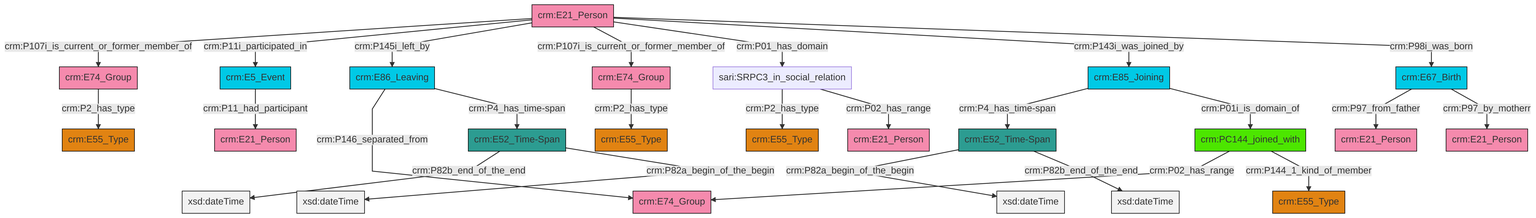
Above: et/personCSV/ttl/mmd/png/Person_Actor_Relations.png in swiss-art-research-net/docs.swissartresearch (Mermaid), before the change. Its source is kept beside it as et/personCSV/ttl/mmd/Person_Actor_Relations.ttl.mmd.
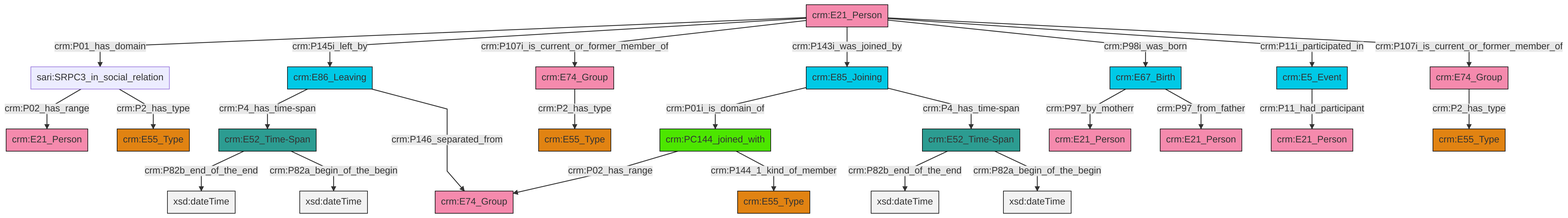
After the change.

Diff of the diagram source:
```diff
@@ -13,27 +13,27 @@
 classDef PC_Classes fill:#4ce600, stroke:#000000;
 classDef Multi fill:#cccccc,stroke:#000000;
 
-2["crm:E85_Joining"]:::Temporal_Entity -->|crm:P4_has_time-span| 3["crm:E52_Time-Span"]:::Time-Span
-4["crm:E67_Birth"]:::Temporal_Entity -->|crm:P97_from_father| 5["crm:E21_Person"]:::Actor
-6["crm:E74_Group"]:::Actor -->|crm:P2_has_type| 7["crm:E55_Type"]:::Type
-8["crm:E21_Person"]:::Actor -->|crm:P107i_is_current_or_former_member_of| 9["crm:E74_Group"]:::Actor
-13["crm:E52_Time-Span"]:::Time-Span -->|crm:P82b_end_of_the_end| 14[xsd:dateTime]:::Literal
-17["sari:SRPC3_in_social_relation"]:::Default -->|crm:P2_has_type| 0["crm:E55_Type"]:::Type
-18["crm:PC144_joined_with"]:::PC_Classes -->|crm:P02_has_range| 19["crm:E74_Group"]:::Actor
-8["crm:E21_Person"]:::Actor -->|crm:P11i_participated_in| 10["crm:E5_Event"]:::Temporal_Entity
-8["crm:E21_Person"]:::Actor -->|crm:P145i_left_by| 20["crm:E86_Leaving"]:::Temporal_Entity
-8["crm:E21_Person"]:::Actor -->|crm:P107i_is_current_or_former_member_of| 6["crm:E74_Group"]:::Actor
-8["crm:E21_Person"]:::Actor -->|crm:P01_has_domain| 17["sari:SRPC3_in_social_relation"]:::Default
-20["crm:E86_Leaving"]:::Temporal_Entity -->|crm:P146_separated_from| 19["crm:E74_Group"]:::Actor
-3["crm:E52_Time-Span"]:::Time-Span -->|crm:P82a_begin_of_the_begin| 23[xsd:dateTime]:::Literal
-13["crm:E52_Time-Span"]:::Time-Span -->|crm:P82a_begin_of_the_begin| 25[xsd:dateTime]:::Literal
-8["crm:E21_Person"]:::Actor -->|crm:P143i_was_joined_by| 2["crm:E85_Joining"]:::Temporal_Entity
-18["crm:PC144_joined_with"]:::PC_Classes -->|crm:P144_1_kind_of_member| 21["crm:E55_Type"]:::Type
-8["crm:E21_Person"]:::Actor -->|crm:P98i_was_born| 4["crm:E67_Birth"]:::Temporal_Entity
-17["sari:SRPC3_in_social_relation"]:::Default -->|crm:P02_has_range| 26["crm:E21_Person"]:::Actor
-10["crm:E5_Event"]:::Temporal_Entity -->|crm:P11_had_participant| 37["crm:E21_Person"]:::Actor
-3["crm:E52_Time-Span"]:::Time-Span -->|crm:P82b_end_of_the_end| 39[xsd:dateTime]:::Literal
-9["crm:E74_Group"]:::Actor -->|crm:P2_has_type| 34["crm:E55_Type"]:::Type
-2["crm:E85_Joining"]:::Temporal_Entity -->|crm:P01i_is_domain_of| 18["crm:PC144_joined_with"]:::PC_Classes
-4["crm:E67_Birth"]:::Temporal_Entity -->|crm:P97_by_motherr| 31["crm:E21_Person"]:::Actor
-20["crm:E86_Leaving"]:::Temporal_Entity -->|crm:P4_has_time-span| 13["crm:E52_Time-Span"]:::Time-Span
+0["crm:E21_Person"]:::Actor -->|crm:P01_has_domain| 1["sari:SRPC3_in_social_relation"]:::Default
+4["crm:E52_Time-Span"]:::Time-Span -->|crm:P82b_end_of_the_end| 5[xsd:dateTime]:::Literal
+10["crm:E86_Leaving"]:::Temporal_Entity -->|crm:P4_has_time-span| 11["crm:E52_Time-Span"]:::Time-Span
+12["crm:PC144_joined_with"]:::PC_Classes -->|crm:P02_has_range| 13["crm:E74_Group"]:::Actor
+11["crm:E52_Time-Span"]:::Time-Span -->|crm:P82b_end_of_the_end| 14[xsd:dateTime]:::Literal
+0["crm:E21_Person"]:::Actor -->|crm:P145i_left_by| 10["crm:E86_Leaving"]:::Temporal_Entity
+10["crm:E86_Leaving"]:::Temporal_Entity -->|crm:P146_separated_from| 13["crm:E74_Group"]:::Actor
+15["crm:E5_Event"]:::Temporal_Entity -->|crm:P11_had_participant| 16["crm:E21_Person"]:::Actor
+1["sari:SRPC3_in_social_relation"]:::Default -->|crm:P02_has_range| 18["crm:E21_Person"]:::Actor
+0["crm:E21_Person"]:::Actor -->|crm:P107i_is_current_or_former_member_of| 6["crm:E74_Group"]:::Actor
+0["crm:E21_Person"]:::Actor -->|crm:P143i_was_joined_by| 19["crm:E85_Joining"]:::Temporal_Entity
+19["crm:E85_Joining"]:::Temporal_Entity -->|crm:P01i_is_domain_of| 12["crm:PC144_joined_with"]:::PC_Classes
+0["crm:E21_Person"]:::Actor -->|crm:P98i_was_born| 20["crm:E67_Birth"]:::Temporal_Entity
+19["crm:E85_Joining"]:::Temporal_Entity -->|crm:P4_has_time-span| 4["crm:E52_Time-Span"]:::Time-Span
+20["crm:E67_Birth"]:::Temporal_Entity -->|crm:P97_by_motherr| 24["crm:E21_Person"]:::Actor
+11["crm:E52_Time-Span"]:::Time-Span -->|crm:P82a_begin_of_the_begin| 30[xsd:dateTime]:::Literal
+0["crm:E21_Person"]:::Actor -->|crm:P11i_participated_in| 15["crm:E5_Event"]:::Temporal_Entity
+20["crm:E67_Birth"]:::Temporal_Entity -->|crm:P97_from_father| 33["crm:E21_Person"]:::Actor
+4["crm:E52_Time-Span"]:::Time-Span -->|crm:P82a_begin_of_the_begin| 35[xsd:dateTime]:::Literal
+1["sari:SRPC3_in_social_relation"]:::Default -->|crm:P2_has_type| 2["crm:E55_Type"]:::Type
+12["crm:PC144_joined_with"]:::PC_Classes -->|crm:P144_1_kind_of_member| 28["crm:E55_Type"]:::Type
+37["crm:E74_Group"]:::Actor -->|crm:P2_has_type| 8["crm:E55_Type"]:::Type
+0["crm:E21_Person"]:::Actor -->|crm:P107i_is_current_or_former_member_of| 37["crm:E74_Group"]:::Actor
+6["crm:E74_Group"]:::Actor -->|crm:P2_has_type| 26["crm:E55_Type"]:::Type
```
